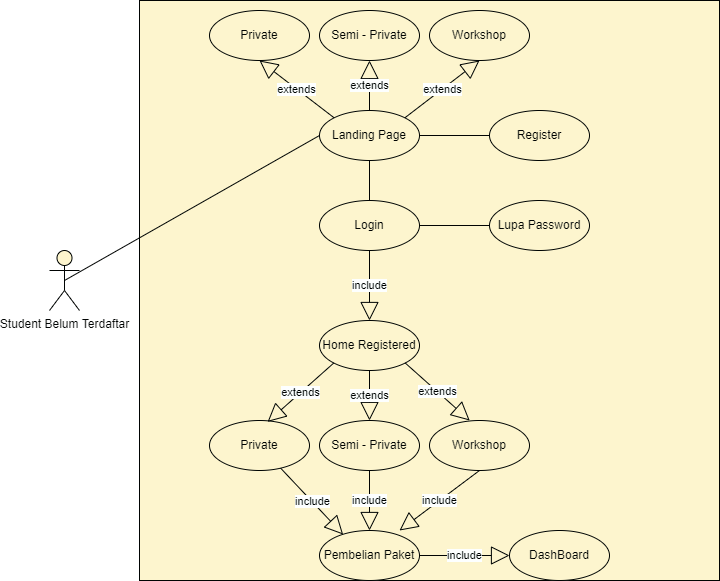
Before: Diagrams/Use Case Diagram/UseCase_Siswa_Unregistered_Classico.png, a diagram exported from draw.io (Zkavolo/Classico-Project). Source tidied: cells renumbered, new cells last; positions are measured from the earlier drawing's top-left corner, leaving out a move shared by most shapes.
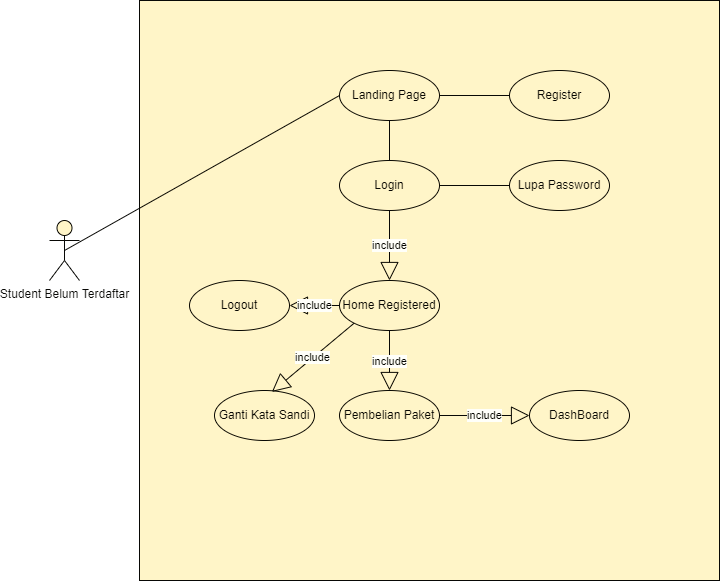
Later version of the same file.

Change to the diagram source:
```diff
@@ -3,7 +3,7 @@
     <mxCell id="0" />
     <mxCell id="1" parent="0" />
     <mxCell id="2" style="whiteSpace=wrap;html=1;strokeColor=#000000;fillColor=#fff2cc;" parent="1" vertex="1">
-      <mxGeometry x="90" width="580" height="580" as="geometry" />
+      <mxGeometry x="70" y="40" width="580" height="580" as="geometry" />
     </mxCell>
     <mxCell id="3" value="Login" style="ellipse;whiteSpace=wrap;html=1;fillColor=#fff2cc;strokeColor=#000000;" parent="1" vertex="1">
       <mxGeometry x="270" y="200" width="100" height="50" as="geometry" />
@@ -30,7 +30,7 @@
       <mxGeometry relative="1" as="geometry" />
     </mxCell>
     <mxCell id="11" value="Student Belum Terdaftar" style="shape=umlActor;verticalLabelPosition=bottom;verticalAlign=top;html=1;outlineConnect=0;fillColor=#fff2cc;strokeColor=#000000;" parent="1" vertex="1">
-      <mxGeometry y="250" width="30" height="60" as="geometry" />
+      <mxGeometry x="-20" y="260" width="30" height="60" as="geometry" />
     </mxCell>
     <mxCell id="12" value="Lupa Password" style="ellipse;whiteSpace=wrap;html=1;fillColor=#fff2cc;strokeColor=#000000;" parent="1" vertex="1">
       <mxGeometry x="440" y="200" width="100" height="50" as="geometry" />
@@ -38,65 +38,31 @@
     <mxCell id="13" style="endArrow=none;html=1;rounded=0;exitX=1;exitY=0.5;exitDx=0;exitDy=0;entryX=0;entryY=0.5;entryDx=0;entryDy=0;" parent="1" edge="1" source="3" target="12">
       <mxGeometry relative="1" as="geometry" />
     </mxCell>
-    <mxCell id="14" value="Private" style="ellipse;whiteSpace=wrap;html=1;fillColor=#fff2cc;strokeColor=#000000;" parent="1" vertex="1">
-      <mxGeometry x="160" y="10" width="100" height="50" as="geometry" />
-    </mxCell>
-    <mxCell id="15" value="Semi - Private" style="ellipse;whiteSpace=wrap;html=1;fillColor=#fff2cc;strokeColor=#000000;" parent="1" vertex="1">
-      <mxGeometry x="270" y="10" width="100" height="50" as="geometry" />
-    </mxCell>
-    <mxCell id="16" value="Workshop" style="ellipse;whiteSpace=wrap;html=1;fillColor=#fff2cc;strokeColor=#000000;" parent="1" vertex="1">
-      <mxGeometry x="380" y="10" width="100" height="50" as="geometry" />
-    </mxCell>
-    <mxCell id="17" value="extends" style="endArrow=block;endSize=16;endFill=0;html=1;rounded=0;exitX=0;exitY=0;exitDx=0;exitDy=0;entryX=0.5;entryY=1;entryDx=0;entryDy=0;" parent="1" edge="1" source="6" target="14">
-      <mxGeometry relative="1" as="geometry" />
-    </mxCell>
-    <mxCell id="18" value="extends" style="endArrow=block;endSize=16;endFill=0;html=1;rounded=0;exitX=0.5;exitY=0;exitDx=0;exitDy=0;entryX=0.5;entryY=1;entryDx=0;entryDy=0;" parent="1" edge="1" source="6" target="15">
-      <mxGeometry relative="1" as="geometry" />
-    </mxCell>
-    <mxCell id="19" value="extends" style="endArrow=block;endSize=16;endFill=0;html=1;rounded=0;entryX=0.5;entryY=1;entryDx=0;entryDy=0;exitX=1;exitY=0;exitDx=0;exitDy=0;" parent="1" edge="1" source="6" target="16">
-      <mxGeometry relative="1" as="geometry" />
-    </mxCell>
-    <mxCell id="20" value="Private" style="ellipse;whiteSpace=wrap;html=1;fillColor=#fff2cc;strokeColor=#000000;" parent="1" vertex="1">
-      <mxGeometry x="160" y="420" width="100" height="50" as="geometry" />
-    </mxCell>
-    <mxCell id="21" value="Semi - Private" style="ellipse;whiteSpace=wrap;html=1;fillColor=#fff2cc;strokeColor=#000000;" parent="1" vertex="1">
-      <mxGeometry x="270" y="420" width="100" height="50" as="geometry" />
-    </mxCell>
-    <mxCell id="22" value="Workshop" style="ellipse;whiteSpace=wrap;html=1;fillColor=#fff2cc;strokeColor=#000000;" parent="1" vertex="1">
-      <mxGeometry x="380" y="420" width="100" height="50" as="geometry" />
-    </mxCell>
-    <mxCell id="23" value="extends" style="endArrow=block;endSize=16;endFill=0;html=1;rounded=0;exitX=0;exitY=0;exitDx=0;exitDy=0;entryX=0.581;entryY=0.027;entryDx=0;entryDy=0;entryPerimeter=0;" parent="1" edge="1" target="20">
-      <mxGeometry relative="1" as="geometry">
-        <mxPoint x="284.3" y="362.5" as="sourcePoint" />
-      </mxGeometry>
-    </mxCell>
-    <mxCell id="24" value="extends" style="endArrow=block;endSize=16;endFill=0;html=1;rounded=0;entryX=0.5;entryY=0;entryDx=0;entryDy=0;" parent="1" edge="1" target="21">
-      <mxGeometry relative="1" as="geometry">
-        <mxPoint x="320" y="370" as="sourcePoint" />
-      </mxGeometry>
-    </mxCell>
-    <mxCell id="25" value="extends" style="endArrow=block;endSize=16;endFill=0;html=1;rounded=0;entryX=0.402;entryY=0;entryDx=0;entryDy=0;exitX=1;exitY=0;exitDx=0;exitDy=0;entryPerimeter=0;" parent="1" edge="1" target="22">
-      <mxGeometry relative="1" as="geometry">
-        <mxPoint x="355.7" y="362.5" as="sourcePoint" />
-      </mxGeometry>
-    </mxCell>
     <mxCell id="26" value="Pembelian Paket" style="ellipse;whiteSpace=wrap;html=1;fillColor=#fff2cc;strokeColor=#000000;" parent="1" vertex="1">
-      <mxGeometry x="270" y="530" width="100" height="50" as="geometry" />
+      <mxGeometry x="270" y="430" width="100" height="50" as="geometry" />
     </mxCell>
-    <mxCell id="27" value="include" style="endArrow=block;endSize=16;endFill=0;html=1;rounded=0;exitX=0.5;exitY=1;exitDx=0;exitDy=0;entryX=0.5;entryY=0;entryDx=0;entryDy=0;" parent="1" edge="1" source="21" target="26">
-      <mxGeometry relative="1" as="geometry" />
+    <mxCell id="27" value="include" style="endArrow=block;endSize=16;endFill=0;html=1;rounded=0;exitX=0.5;exitY=1;exitDx=0;exitDy=0;entryX=0.5;entryY=0;entryDx=0;entryDy=0;" parent="1" edge="1" target="26">
+      <mxGeometry relative="1" as="geometry">
+        <mxPoint x="320" y="370" as="sourcePoint" />
+      </mxGeometry>
     </mxCell>
     <mxCell id="28" value="DashBoard" style="ellipse;whiteSpace=wrap;html=1;fillColor=#fff2cc;strokeColor=#000000;" parent="1" vertex="1">
-      <mxGeometry x="460" y="530" width="100" height="50" as="geometry" />
+      <mxGeometry x="460" y="430" width="100" height="50" as="geometry" />
     </mxCell>
     <mxCell id="29" value="include" style="endArrow=block;endSize=16;endFill=0;html=1;rounded=0;exitX=1;exitY=0.5;exitDx=0;exitDy=0;entryX=0;entryY=0.5;entryDx=0;entryDy=0;" parent="1" edge="1" source="26" target="28">
       <mxGeometry relative="1" as="geometry" />
     </mxCell>
-    <mxCell id="30" value="include" style="endArrow=block;endSize=16;endFill=0;html=1;rounded=0;exitX=0.5;exitY=1;exitDx=0;exitDy=0;entryX=0.8;entryY=0;entryDx=0;entryDy=0;entryPerimeter=0;" parent="1" edge="1" source="22" target="26">
-      <mxGeometry relative="1" as="geometry" />
-    </mxCell>
-    <mxCell id="31" value="include" style="endArrow=block;endSize=16;endFill=0;html=1;rounded=0;entryX=0.236;entryY=0.08;entryDx=0;entryDy=0;entryPerimeter=0;" parent="1" edge="1" source="20" target="26">
-      <mxGeometry relative="1" as="geometry" />
-    </mxCell>
+    <mxCell id="32" value="Ganti Kata Sandi" style="ellipse;whiteSpace=wrap;html=1;fillColor=#fff2cc;strokeColor=#000000;" parent="1" vertex="1">
+      <mxGeometry x="145" y="430" width="100" height="50" as="geometry" />
+    </mxCell>
+    <mxCell id="33" value="include" style="endArrow=block;endSize=16;endFill=0;html=1;rounded=0;exitX=0;exitY=1;exitDx=0;exitDy=0;entryX=0.574;entryY=0.028;entryDx=0;entryDy=0;entryPerimeter=0;" parent="1" edge="1" source="7" target="32">
+      <mxGeometry relative="1" as="geometry" />
+    </mxCell>
+    <mxCell id="34" value="Logout" style="ellipse;whiteSpace=wrap;html=1;fillColor=#fff2cc;strokeColor=#000000;" parent="1" vertex="1">
+      <mxGeometry x="120" y="320" width="100" height="50" as="geometry" />
+    </mxCell>
+    <mxCell id="35" value="include" style="endArrow=block;endSize=16;endFill=0;html=1;rounded=0;exitX=0;exitY=0.5;exitDx=0;exitDy=0;entryX=1;entryY=0.5;entryDx=0;entryDy=0;" parent="1" edge="1" source="7" target="34">
+      <mxGeometry relative="1" as="geometry" />
+    </mxCell>
   </root>
 </mxGraphModel>
```
